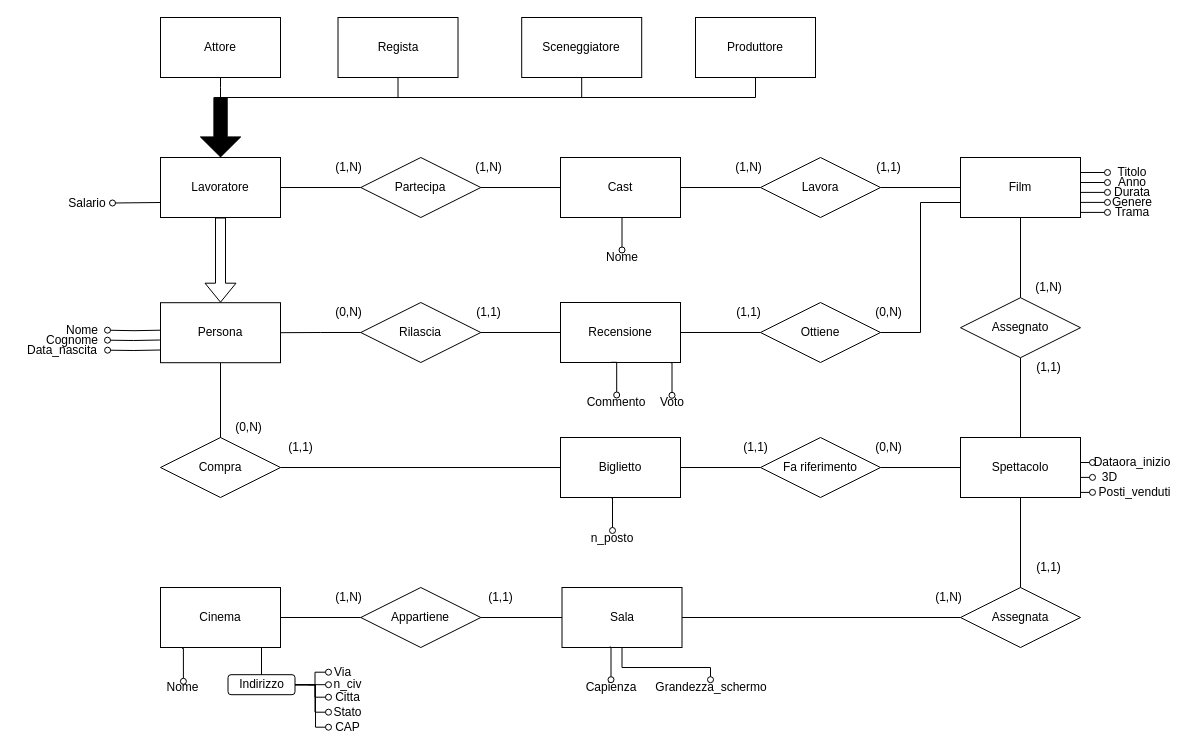
The draw.io diagram SchemaER.drawio in ToldoDM/UDBP, before the edit. Source tidied: cells renumbered, new cells numbered last; positions are measured from the earlier drawing's top-left corner, leaving out a move shared by most shapes. Both pictures are drawn from the tidied source at 100%, with x=0, y=0 at pixel (17, 17).
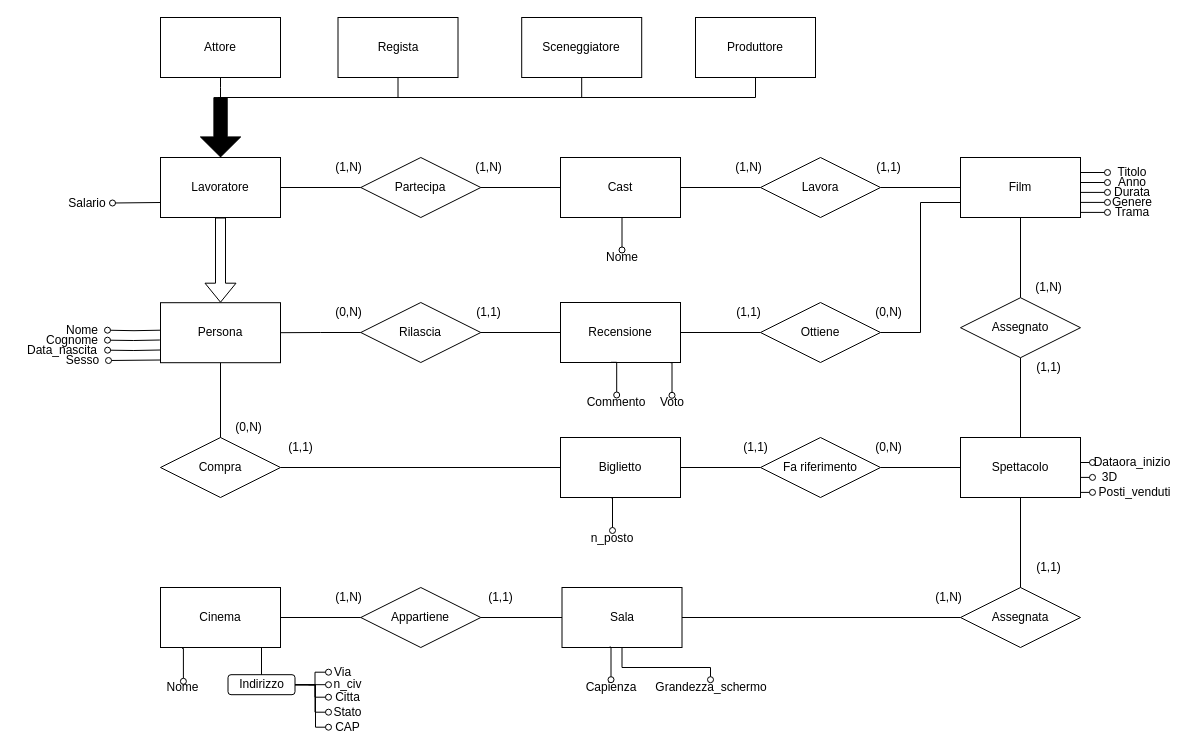
Above is the later version.

Diff of the diagram source:
```diff
@@
+    <mxCell id="117" style="edgeStyle=orthogonalEdgeStyle;rounded=0;jettySize=auto;html=1;exitX=0;exitY=0.5;exitDx=0;exitDy=0;endArrow=oval;endFill=0;entryX=1;entryY=0.5;entryDx=0;entryDy=0;" parent="1" edge="1" target="118">
+      <mxGeometry relative="1" as="geometry">
+        <mxPoint x="143" y="342.5" as="sourcePoint" />
+      </mxGeometry>
+    </mxCell>
+    <mxCell id="118" value="Sesso" style="text;html=1;strokeColor=none;fillColor=none;align=center;verticalAlign=middle;whiteSpace=wrap;rounded=0;" parent="1" vertex="1">
+      <mxGeometry x="40" y="338" width="51" height="10" as="geometry" />
+    </mxCell>
```
